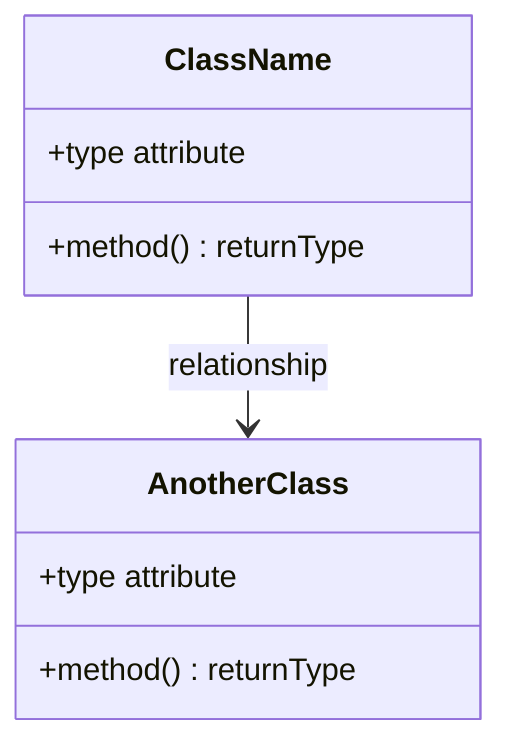
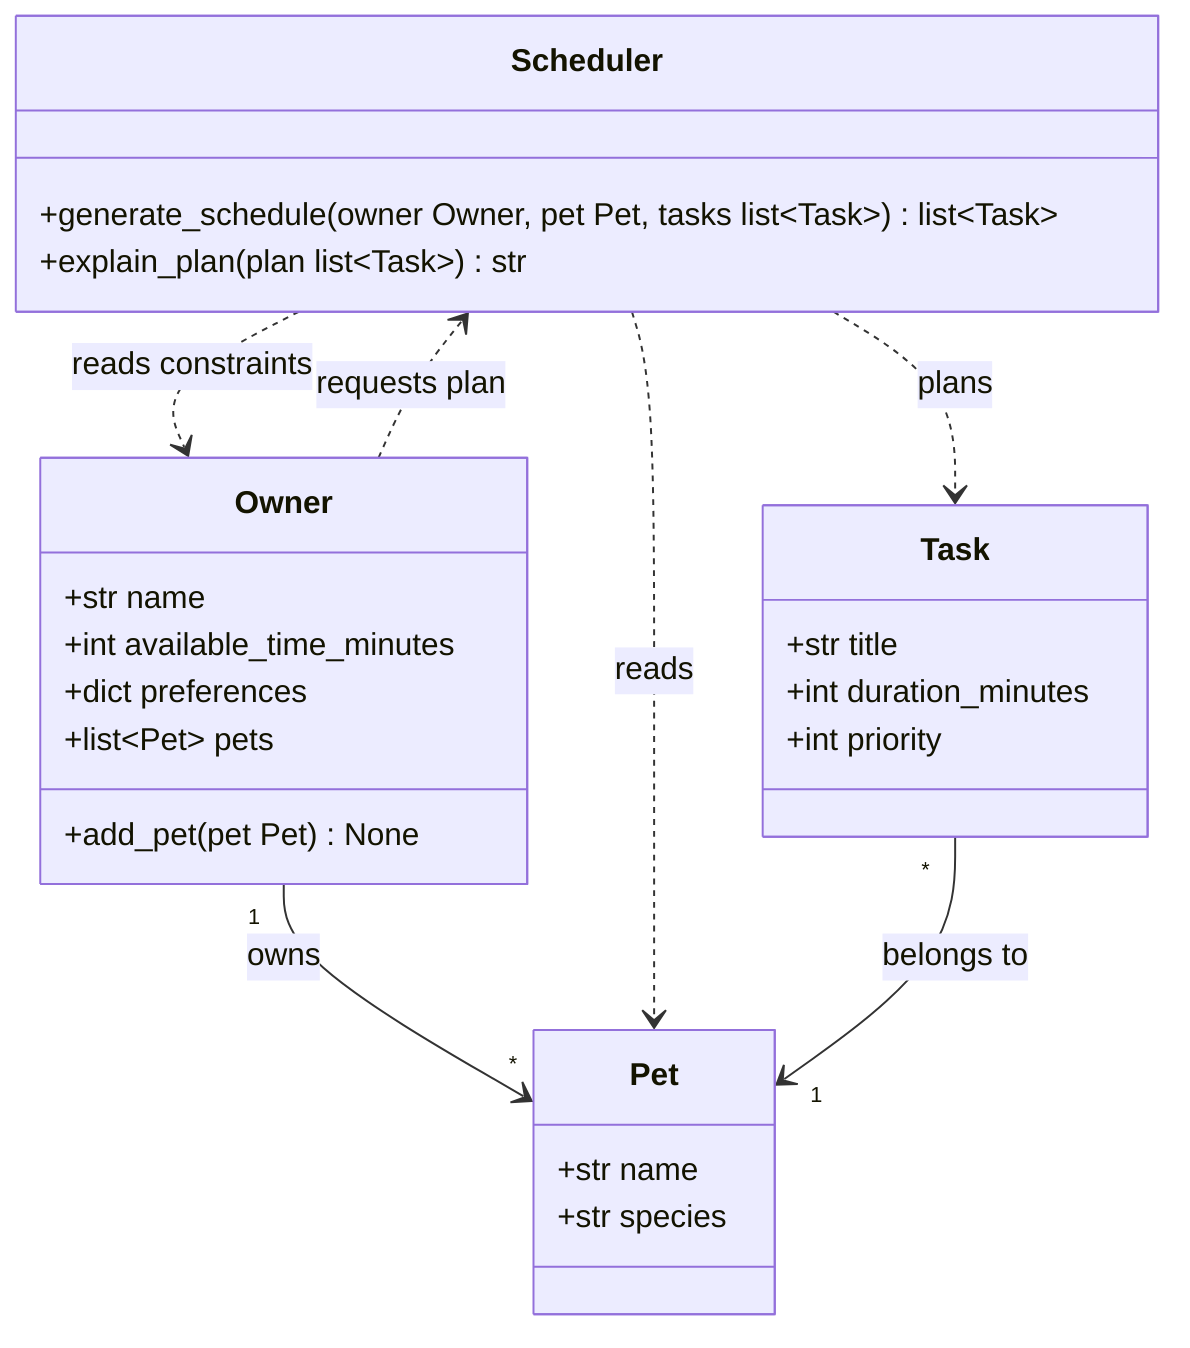
classDiagram
-     %% Replace the placeholders below with your actual classes, attributes, methods, and relationships.
-     %% Keep this file updated so it matches your final implementation.
- 
-     class ClassName {
-         +type attribute
-         +method() returnType
+     class Scheduler {
+         +generate_schedule(owner Owner, pet Pet, tasks list~Task~) list~Task~
+         +explain_plan(plan list~Task~) str
    }

-     class AnotherClass {
-         +type attribute
-         +method() returnType
+     class Owner {
+         +str name
+         +int available_time_minutes
+         +dict preferences
+         +list~Pet~ pets
+         +add_pet(pet Pet) None
    }

-     ClassName --> AnotherClass : relationship
+     class Pet {
+         +str name
+         +str species
+     }
+ 
+     class Task {
+         +str title
+         +int duration_minutes
+         +int priority
+     }
+ 
+     Owner "1" --> "*" Pet : owns
+     Owner ..> Scheduler : requests plan
+     Scheduler ..> Owner : reads constraints
+     Scheduler ..> Pet : reads
+     Scheduler ..> Task : plans
+     Task "*" --> "1" Pet : belongs to
